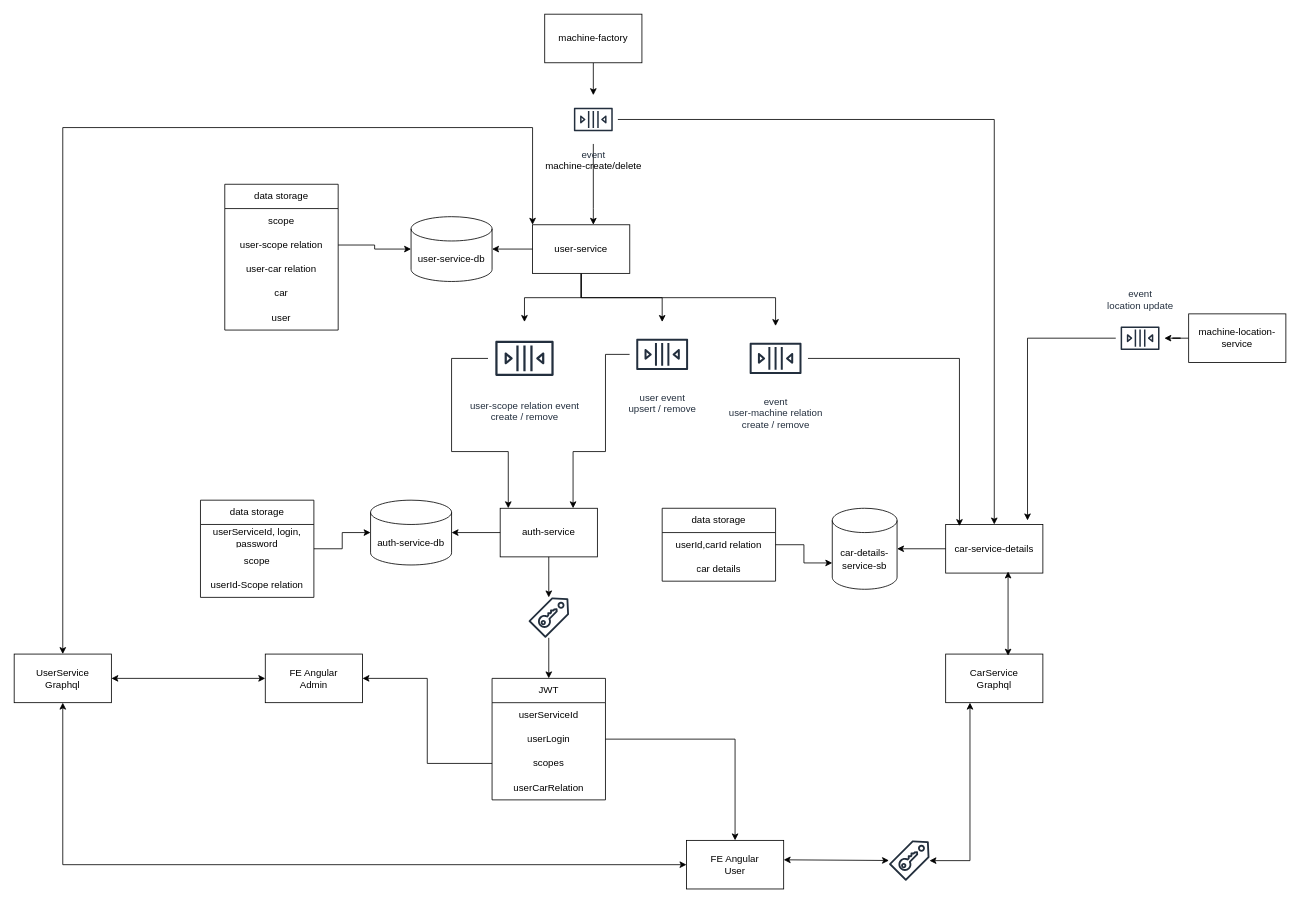
The draw.io diagram Car-Monitoring.drawio in sielus/car-monitoring, before the edit. Source tidied: cells renumbered, new cells numbered last; positions are measured from the earlier drawing's top-left corner, leaving out a move shared by most shapes. Both pictures are drawn from the tidied source at 81%, with x=0, y=0 at pixel (14, 14).
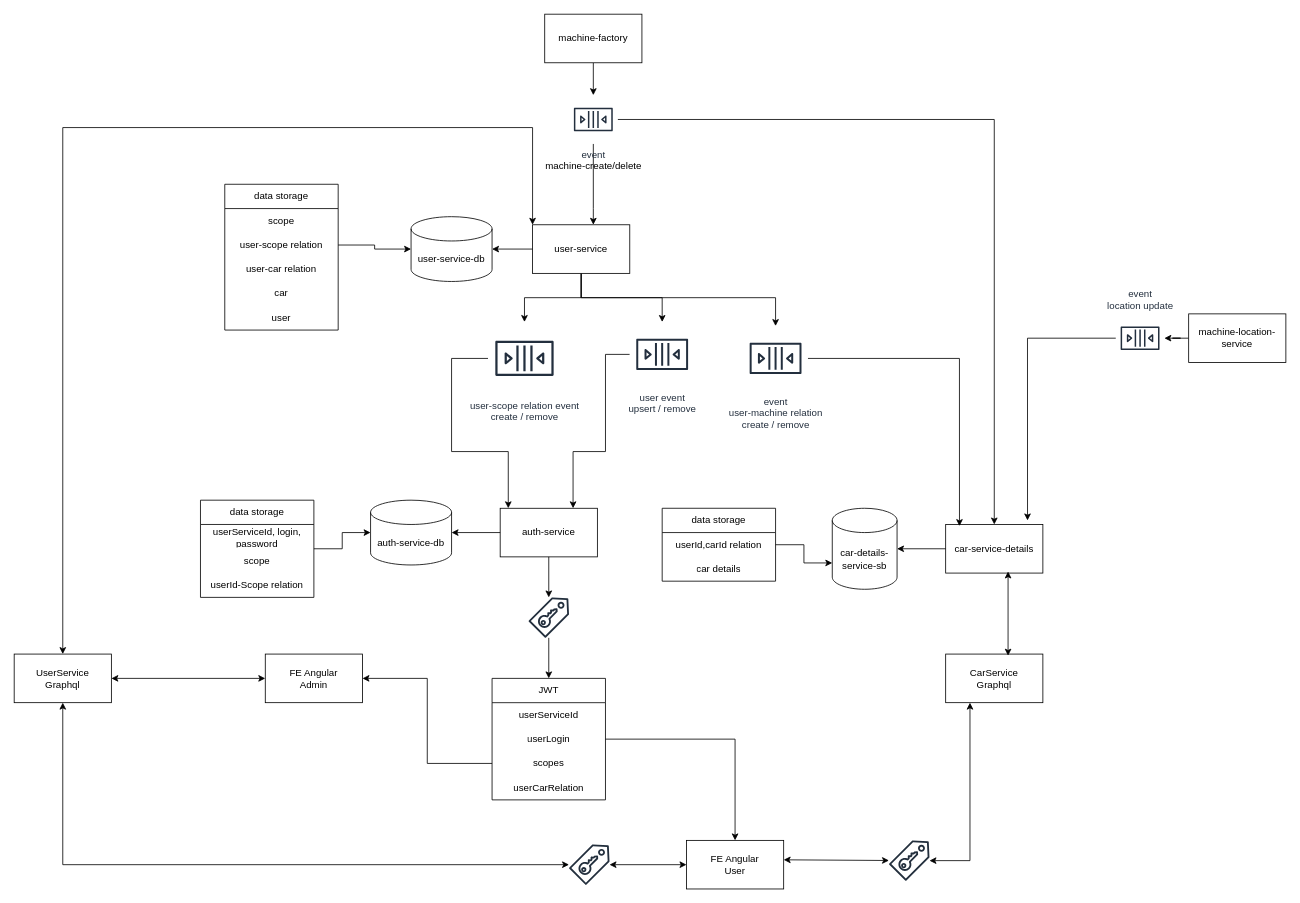
After the change.

The change refers to these unchanged cells:
```xml
<mxCell id="46" value="FE Angular&lt;br&gt;User" style="rounded=0;whiteSpace=wrap;html=1;" parent="1" vertex="1">
  <mxGeometry x="830" y="1020" width="120" height="60" as="geometry" />
</mxCell>
<mxCell id="57" value="UserService &lt;br&gt;Graphql" style="rounded=0;whiteSpace=wrap;html=1;" parent="1" vertex="1">
  <mxGeometry y="790" width="120" height="60" as="geometry" />
</mxCell>
```

What changed in the source:
```diff
@@
-    <mxCell id="60" style="endArrow=classic;startArrow=classic;html=1;rounded=0;entryX=0;entryY=0.5;entryDx=0;entryDy=0;" parent="1" edge="1" source="57" target="46">
-      <mxGeometry relative="1" as="geometry">
-        <Array as="points">
-          <mxPoint x="60" y="1050" />
-        </Array>
-      </mxGeometry>
+    <mxCell id="60" style="endArrow=classic;startArrow=classic;html=1;rounded=0;entryX=0;entryY=0.5;entryDx=0;entryDy=0;" parent="1" edge="1" source="67" target="46">
+      <mxGeometry relative="1" as="geometry" />
     </mxCell>
@@
+    <mxCell id="66" style="endArrow=classic;startArrow=classic;html=1;rounded=0;entryX=0;entryY=0.5;entryDx=0;entryDy=0;" parent="1" edge="1" source="57" target="67">
+      <mxGeometry relative="1" as="geometry">
+        <Array as="points">
+          <mxPoint x="60" y="1050" />
+        </Array>
+      </mxGeometry>
+    </mxCell>
+    <mxCell id="67" style="sketch=0;outlineConnect=0;fontColor=#232F3E;gradientColor=none;fillColor=#232F3D;strokeColor=none;dashed=0;verticalLabelPosition=bottom;verticalAlign=top;align=center;html=1;fontSize=12;fontStyle=0;shape=mxgraph.aws4.saml_token;" parent="1" vertex="1">
+      <mxGeometry x="685" y="1025" width="50" height="50" as="geometry" />
+    </mxCell>
```
